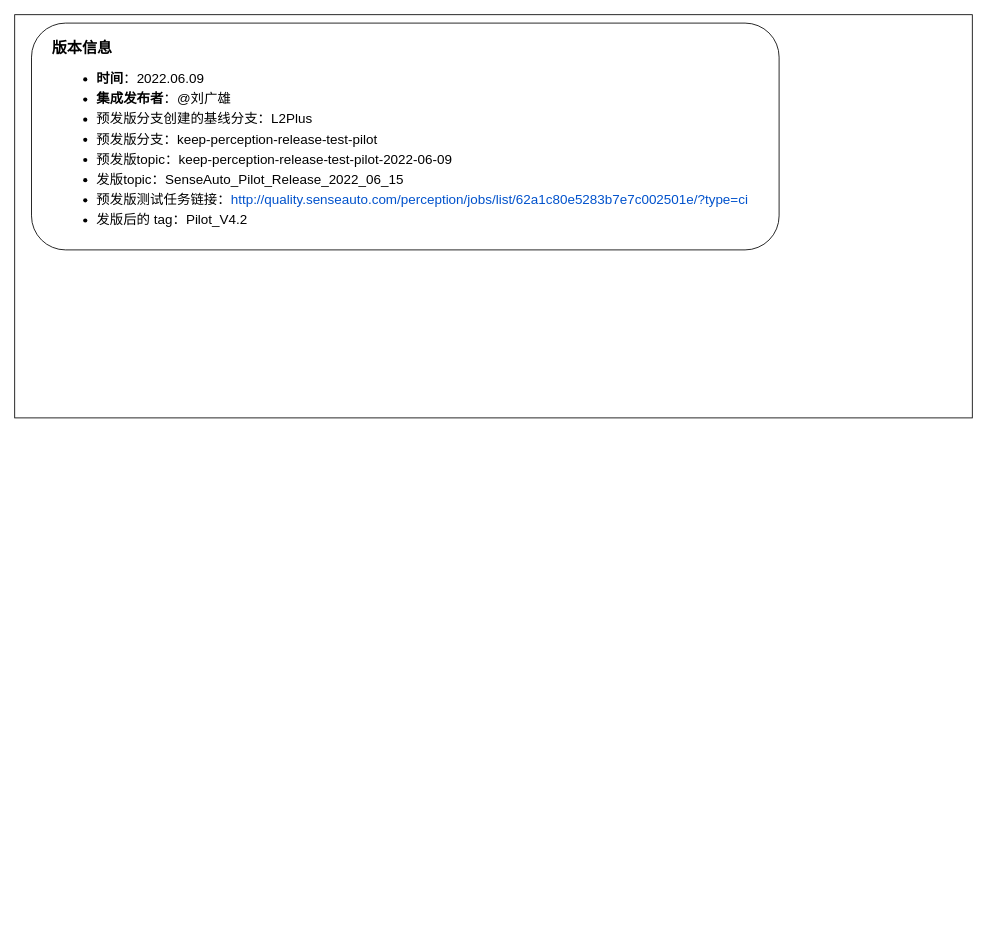
The draw.io diagram 发版测试报告.drawio in isAlbertYu/diagrams, before the edit. Source tidied: cells renumbered, new cells numbered last; positions are measured from the earlier drawing's top-left corner, leaving out a move shared by most shapes. Both pictures are drawn from the tidied source at 84%, with x=0, y=0 at pixel (14, 14).
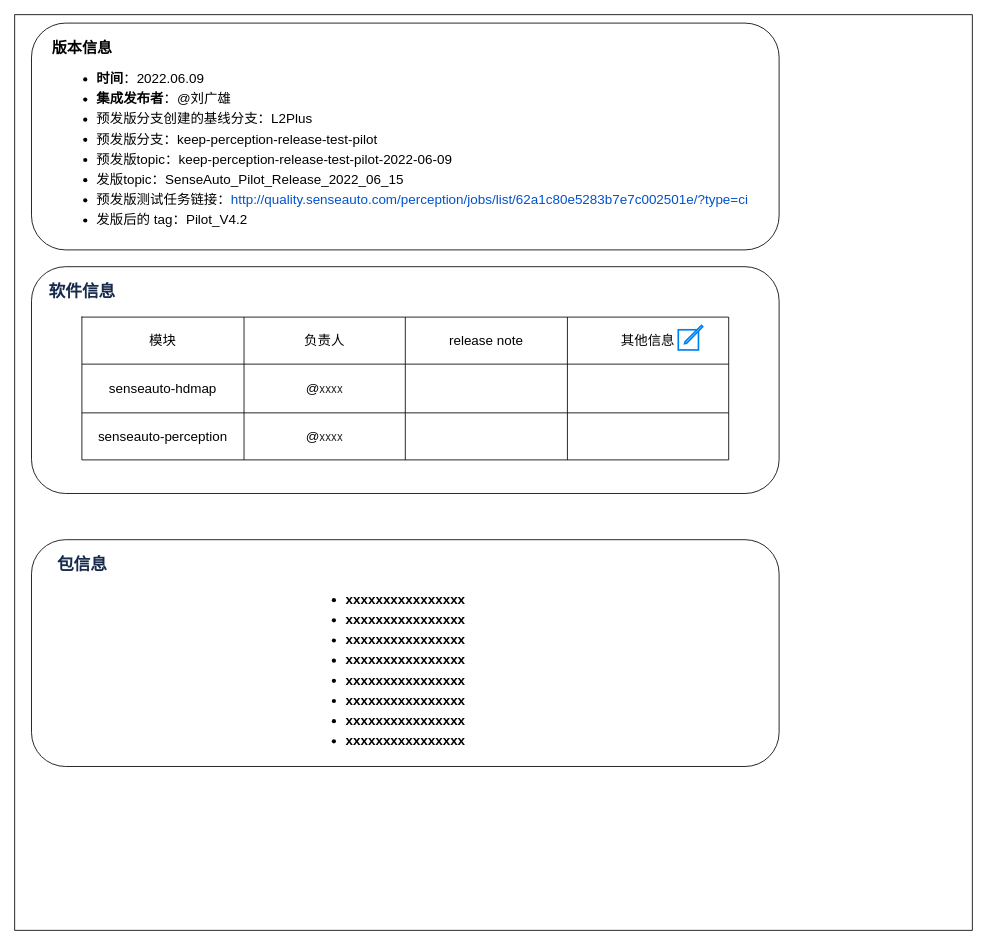
The same page after the edit.

Commit message (it also covers changes not shown here):
Update 发版测试报告.drawio

Diff of the diagram source:
```diff
@@
     <mxCell id="2" style="rounded=0;whiteSpace=wrap;html=1;" parent="1" vertex="1">
-      <mxGeometry width="1140" height="480" as="geometry" />
+      <mxGeometry width="1140" height="1090" as="geometry" />
     </mxCell>
@@
+    <mxCell id="6" style="rounded=1;whiteSpace=wrap;html=1;" parent="1" vertex="1">
+      <mxGeometry x="20" y="300" width="890" height="270" as="geometry" />
+    </mxCell>
+    <mxCell id="7" value="&lt;h2&gt;&lt;span style=&quot;color: rgb(23, 43, 77); font-family: -apple-system, BlinkMacSystemFont, &amp;quot;Segoe UI&amp;quot;, Roboto, Oxygen, Ubuntu, &amp;quot;Fira Sans&amp;quot;, &amp;quot;Droid Sans&amp;quot;, &amp;quot;Helvetica Neue&amp;quot;, sans-serif; font-size: 20px; letter-spacing: -0.16px; text-align: start; background-color: rgb(255, 255, 255);&quot;&gt;软件信息&lt;/span&gt;&lt;br&gt;&lt;/h2&gt;" style="text;html=1;align=center;verticalAlign=middle;fillColor=none;strokeColor=none;rounded=0;" parent="1" vertex="1">
+      <mxGeometry x="30" y="295" width="100" height="70" as="geometry" />
+    </mxCell>
+    <mxCell id="8" style="shape=table;startSize=0;childLayout=tableLayout;fontSize=16;" parent="1" vertex="1">
+      <mxGeometry x="80" y="360" width="770" height="170" as="geometry" />
+    </mxCell>
+    <mxCell id="9" style="shape=tableRow;horizontal=0;startSize=0;swimlaneHead=0;swimlaneBody=0;top=0;left=0;bottom=0;right=0;fillColor=none;fontSize=16;" parent="8" vertex="1">
+      <mxGeometry width="770" height="56" as="geometry" />
+    </mxCell>
+    <mxCell id="10" value="模块" style="shape=partialRectangle;html=1;whiteSpace=wrap;overflow=hidden;fillColor=none;top=0;left=0;bottom=0;right=0;fontSize=16;" parent="9" vertex="1">
+      <mxGeometry width="193" height="56" as="geometry" />
+    </mxCell>
+    <mxCell id="11" value="负责人" style="shape=partialRectangle;html=1;whiteSpace=wrap;overflow=hidden;fillColor=none;top=0;left=0;bottom=0;right=0;fontSize=16;" parent="9" vertex="1">
+      <mxGeometry x="193" width="192" height="56" as="geometry" />
+    </mxCell>
+    <mxCell id="12" value="release note" style="shape=partialRectangle;html=1;whiteSpace=wrap;overflow=hidden;fillColor=none;top=0;left=0;bottom=0;right=0;fontSize=16;" parent="9" vertex="1">
+      <mxGeometry x="385" width="193" height="56" as="geometry" />
+    </mxCell>
+    <mxCell id="13" value="其他信息" style="shape=partialRectangle;html=1;whiteSpace=wrap;overflow=hidden;fillColor=none;top=0;left=0;bottom=0;right=0;fontSize=16;" parent="9" vertex="1">
+      <mxGeometry x="578" width="192" height="56" as="geometry" />
+    </mxCell>
+    <mxCell id="14" style="shape=tableRow;horizontal=0;startSize=0;swimlaneHead=0;swimlaneBody=0;top=0;left=0;bottom=0;right=0;fillColor=none;fontSize=16;" parent="8" vertex="1">
+      <mxGeometry y="56" width="770" height="58" as="geometry" />
+    </mxCell>
+    <mxCell id="15" value="senseauto-hdmap" style="shape=partialRectangle;html=1;whiteSpace=wrap;overflow=hidden;fillColor=none;top=0;left=0;bottom=0;right=0;fontSize=16;" parent="14" vertex="1">
+      <mxGeometry width="193" height="58" as="geometry" />
+    </mxCell>
+    <mxCell id="16" value="@&lt;span style=&quot;color: rgba(0, 0, 0, 0.85); font-family: &amp;quot;Avenir Next&amp;quot;, &amp;quot;Helvetica Neue&amp;quot;, Helvetica, Arial, &amp;quot;PingFang SC&amp;quot;, &amp;quot;Microsoft YaHei&amp;quot;, &amp;quot;WenQuanYi MicroHei&amp;quot;, sans-serif; font-size: 14px; background-color: rgb(255, 255, 255);&quot;&gt;xxxx&lt;/span&gt;" style="shape=partialRectangle;html=1;whiteSpace=wrap;overflow=hidden;fillColor=none;top=0;left=0;bottom=0;right=0;fontSize=16;" parent="14" vertex="1">
+      <mxGeometry x="193" width="192" height="58" as="geometry" />
+    </mxCell>
+    <mxCell id="17" style="shape=partialRectangle;html=1;whiteSpace=wrap;overflow=hidden;fillColor=none;top=0;left=0;bottom=0;right=0;fontSize=16;" parent="14" vertex="1">
+      <mxGeometry x="385" width="193" height="58" as="geometry" />
+    </mxCell>
+    <mxCell id="18" style="shape=partialRectangle;html=1;whiteSpace=wrap;overflow=hidden;fillColor=none;top=0;left=0;bottom=0;right=0;fontSize=16;" parent="14" vertex="1">
+      <mxGeometry x="578" width="192" height="58" as="geometry" />
+    </mxCell>
+    <mxCell id="19" style="shape=tableRow;horizontal=0;startSize=0;swimlaneHead=0;swimlaneBody=0;top=0;left=0;bottom=0;right=0;fillColor=none;fontSize=16;" parent="8" vertex="1">
+      <mxGeometry y="114" width="770" height="56" as="geometry" />
+    </mxCell>
+    <mxCell id="20" value="senseauto-perception" style="shape=partialRectangle;html=1;whiteSpace=wrap;overflow=hidden;fillColor=none;top=0;left=0;bottom=0;right=0;fontSize=16;" parent="19" vertex="1">
+      <mxGeometry width="193" height="56" as="geometry" />
+    </mxCell>
+    <mxCell id="21" value="@&lt;span style=&quot;color: rgba(0, 0, 0, 0.85); font-family: &amp;quot;Avenir Next&amp;quot;, &amp;quot;Helvetica Neue&amp;quot;, Helvetica, Arial, &amp;quot;PingFang SC&amp;quot;, &amp;quot;Microsoft YaHei&amp;quot;, &amp;quot;WenQuanYi MicroHei&amp;quot;, sans-serif; font-size: 14px; background-color: rgb(255, 255, 255);&quot;&gt;xxxx&lt;/span&gt;" style="shape=partialRectangle;html=1;whiteSpace=wrap;overflow=hidden;fillColor=none;top=0;left=0;bottom=0;right=0;fontSize=16;" parent="19" vertex="1">
+      <mxGeometry x="193" width="192" height="56" as="geometry" />
+    </mxCell>
+    <mxCell id="22" style="shape=partialRectangle;html=1;whiteSpace=wrap;overflow=hidden;fillColor=none;top=0;left=0;bottom=0;right=0;fontSize=16;" parent="19" vertex="1">
+      <mxGeometry x="385" width="193" height="56" as="geometry" />
+    </mxCell>
+    <mxCell id="23" style="shape=partialRectangle;html=1;whiteSpace=wrap;overflow=hidden;fillColor=none;top=0;left=0;bottom=0;right=0;fontSize=16;" parent="19" vertex="1">
+      <mxGeometry x="578" width="192" height="56" as="geometry" />
+    </mxCell>
+    <mxCell id="24" style="html=1;verticalLabelPosition=bottom;align=center;labelBackgroundColor=#ffffff;verticalAlign=top;strokeWidth=2;strokeColor=#0080F0;shadow=0;dashed=0;shape=mxgraph.ios7.icons.compose;fontSize=16;" parent="1" vertex="1">
+      <mxGeometry x="790" y="370" width="29.1" height="29.1" as="geometry" />
+    </mxCell>
+    <mxCell id="25" style="rounded=1;whiteSpace=wrap;html=1;" parent="1" vertex="1">
+      <mxGeometry x="20" y="625" width="890" height="270" as="geometry" />
+    </mxCell>
+    <mxCell id="26" value="&lt;h2&gt;&lt;span style=&quot;color: rgb(23, 43, 77); font-family: -apple-system, BlinkMacSystemFont, &amp;quot;Segoe UI&amp;quot;, Roboto, Oxygen, Ubuntu, &amp;quot;Fira Sans&amp;quot;, &amp;quot;Droid Sans&amp;quot;, &amp;quot;Helvetica Neue&amp;quot;, sans-serif; font-size: 20px; letter-spacing: -0.16px; text-align: start; background-color: rgb(255, 255, 255);&quot;&gt;包信息&lt;/span&gt;&lt;br&gt;&lt;/h2&gt;" style="text;html=1;align=center;verticalAlign=middle;fillColor=none;strokeColor=none;rounded=0;" parent="1" vertex="1">
+      <mxGeometry x="40" y="620" width="80" height="70" as="geometry" />
+    </mxCell>
+    <mxCell id="27" value="&lt;p style=&quot;margin: 0px; padding: 0px; color: rgb(23, 43, 77); font-family: -apple-system, BlinkMacSystemFont, &amp;quot;Segoe UI&amp;quot;, Roboto, Oxygen, Ubuntu, &amp;quot;Fira Sans&amp;quot;, &amp;quot;Droid Sans&amp;quot;, &amp;quot;Helvetica Neue&amp;quot;, sans-serif; font-size: 14px; text-align: start; background-color: rgb(255, 255, 255);&quot;&gt;&lt;/p&gt;&lt;ul style=&quot;font-size: 16px; line-height: 1.5;&quot;&gt;&lt;li style=&quot;text-align: left;&quot;&gt;&lt;b&gt;xxxxxxxxxxxxxxxx&lt;/b&gt;&lt;/li&gt;&lt;li style=&quot;text-align: left;&quot;&gt;&lt;b&gt;xxxxxxxxxxxxxxxx&lt;/b&gt;&lt;/li&gt;&lt;li style=&quot;text-align: left;&quot;&gt;&lt;b&gt;xxxxxxxxxxxxxxxx&lt;/b&gt;&lt;/li&gt;&lt;li style=&quot;text-align: left;&quot;&gt;&lt;b&gt;xxxxxxxxxxxxxxxx&lt;/b&gt;&lt;/li&gt;&lt;li style=&quot;text-align: left;&quot;&gt;&lt;b&gt;xxxxxxxxxxxxxxxx&lt;/b&gt;&lt;/li&gt;&lt;li style=&quot;text-align: left;&quot;&gt;&lt;b&gt;xxxxxxxxxxxxxxxx&lt;/b&gt;&lt;/li&gt;&lt;li style=&quot;text-align: left;&quot;&gt;&lt;b&gt;xxxxxxxxxxxxxxxx&lt;/b&gt;&lt;/li&gt;&lt;li style=&quot;text-align: left;&quot;&gt;&lt;b&gt;xxxxxxxxxxxxxxxx&lt;/b&gt;&lt;/li&gt;&lt;/ul&gt;&lt;p&gt;&lt;/p&gt;" style="text;html=1;align=center;verticalAlign=middle;fillColor=none;strokeColor=none;rounded=0;" parent="1" vertex="1">
+      <mxGeometry x="340" y="660" width="210" height="240" as="geometry" />
+    </mxCell>
```
